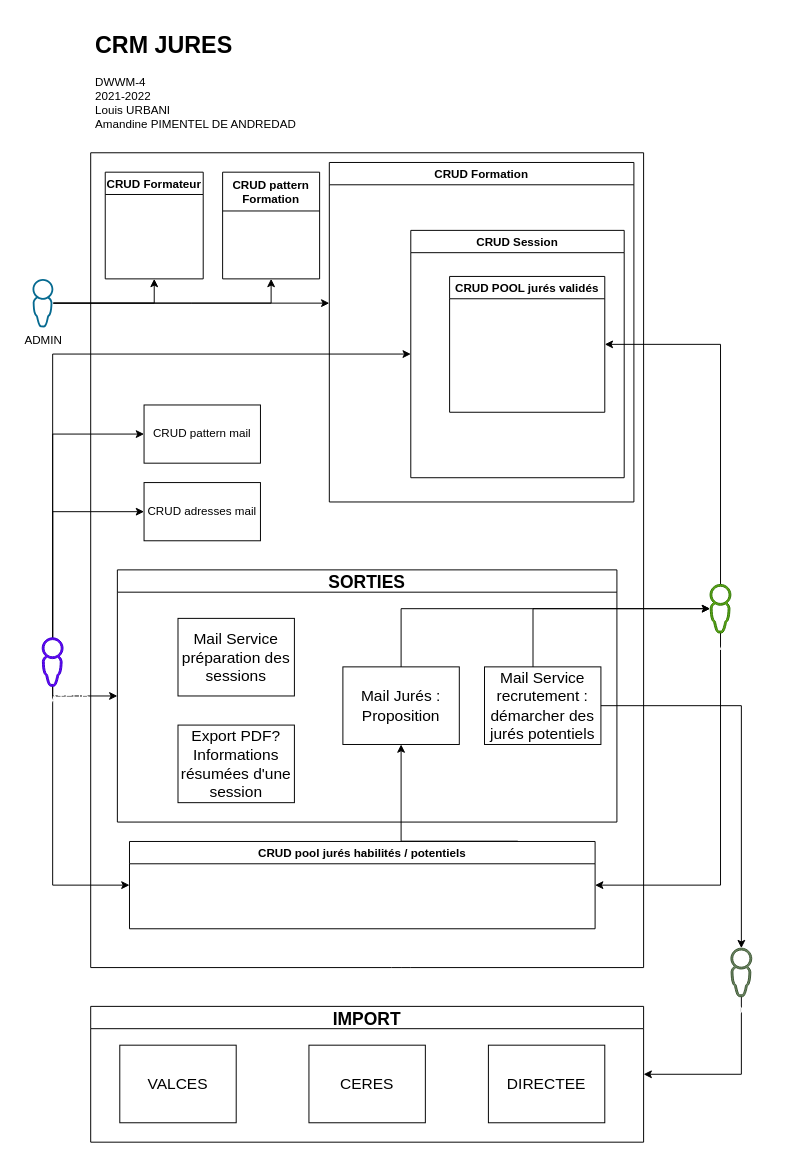
This is Documentation/UML/2 functionnal diagram.drawio from U-Louis/CRM-Jures, a draw.io file, before an edit. Source tidied: cells renumbered, new cells numbered last; positions are measured from the earlier drawing's top-left corner, leaving out a move shared by most shapes. Both pictures are drawn from the tidied source at 97%, with x=0, y=0 at pixel (32, 26).
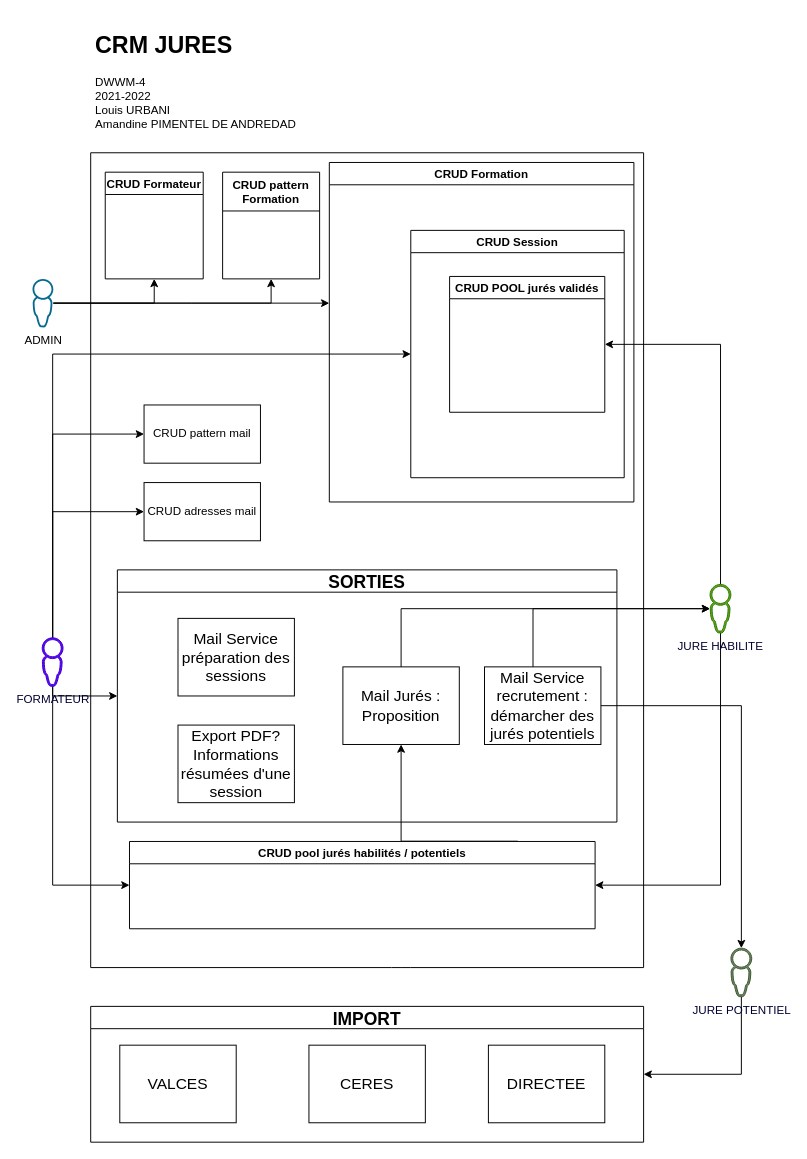
Above is the later version.

The edit, as a diff of the source:
```diff
@@
-    <mxCell id="11" value="FORMATEUR" style="shadow=0;dashed=0;html=1;strokeColor=#3700CC;labelPosition=center;verticalLabelPosition=bottom;verticalAlign=top;align=center;outlineConnect=0;shape=mxgraph.vvd.administrator;fillColor=#6a00ff;fontColor=#ffffff;" parent="1" vertex="1">
+    <mxCell id="11" value="&lt;font color=&quot;#000033&quot;&gt;FORMATEUR&lt;/font&gt;" style="shadow=0;dashed=0;html=1;strokeColor=#3700CC;labelPosition=center;verticalLabelPosition=bottom;verticalAlign=top;align=center;outlineConnect=0;shape=mxgraph.vvd.administrator;fillColor=#6a00ff;fontColor=#ffffff;" parent="1" vertex="1">
       <mxGeometry x="10" y="630" width="21.5" height="50" as="geometry" />
     </mxCell>
@@
-    <mxCell id="34" value="JURE HABILITE" style="shadow=0;dashed=0;html=1;strokeColor=#2D7600;labelPosition=center;verticalLabelPosition=bottom;verticalAlign=top;align=center;outlineConnect=0;shape=mxgraph.vvd.administrator;fillColor=#60a917;fontColor=#ffffff;" parent="1" vertex="1">
+    <mxCell id="34" value="&lt;font color=&quot;#000033&quot;&gt;JURE HABILITE&lt;/font&gt;" style="shadow=0;dashed=0;html=1;strokeColor=#2D7600;labelPosition=center;verticalLabelPosition=bottom;verticalAlign=top;align=center;outlineConnect=0;shape=mxgraph.vvd.administrator;fillColor=#60a917;fontColor=#ffffff;" parent="1" vertex="1">
       <mxGeometry x="698.5" y="575" width="21.5" height="50" as="geometry" />
     </mxCell>
@@
-    <mxCell id="36" value="JURE POTENTIEL" style="shadow=0;dashed=0;html=1;strokeColor=#3A5431;labelPosition=center;verticalLabelPosition=bottom;verticalAlign=top;align=center;outlineConnect=0;shape=mxgraph.vvd.administrator;fillColor=#6d8764;fontColor=#ffffff;" parent="1" vertex="1">
+    <mxCell id="36" value="&lt;font color=&quot;#000033&quot;&gt;JURE POTENTIEL&lt;/font&gt;" style="shadow=0;dashed=0;html=1;strokeColor=#3A5431;labelPosition=center;verticalLabelPosition=bottom;verticalAlign=top;align=center;outlineConnect=0;shape=mxgraph.vvd.administrator;fillColor=#6d8764;fontColor=#ffffff;" parent="1" vertex="1">
       <mxGeometry x="720" y="950" width="21.5" height="50" as="geometry" />
     </mxCell>
```
